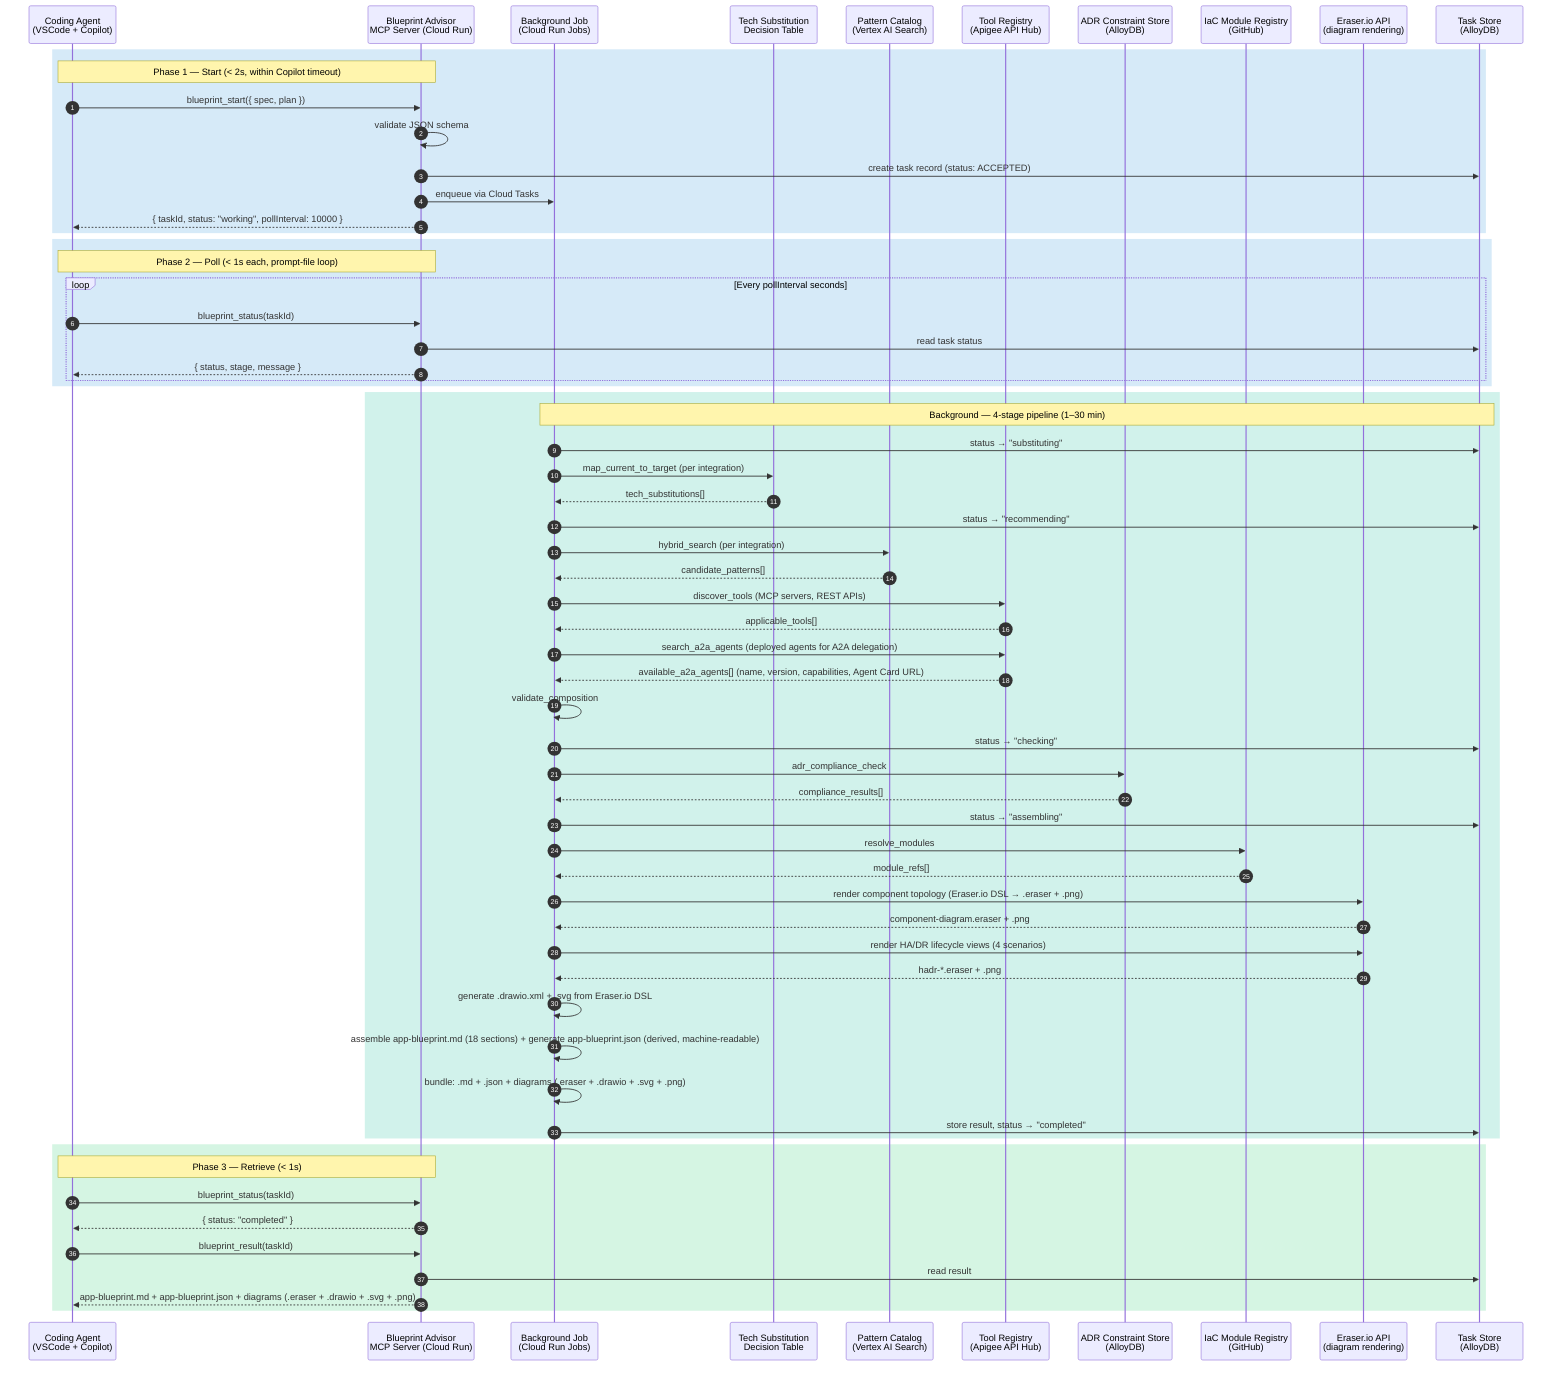
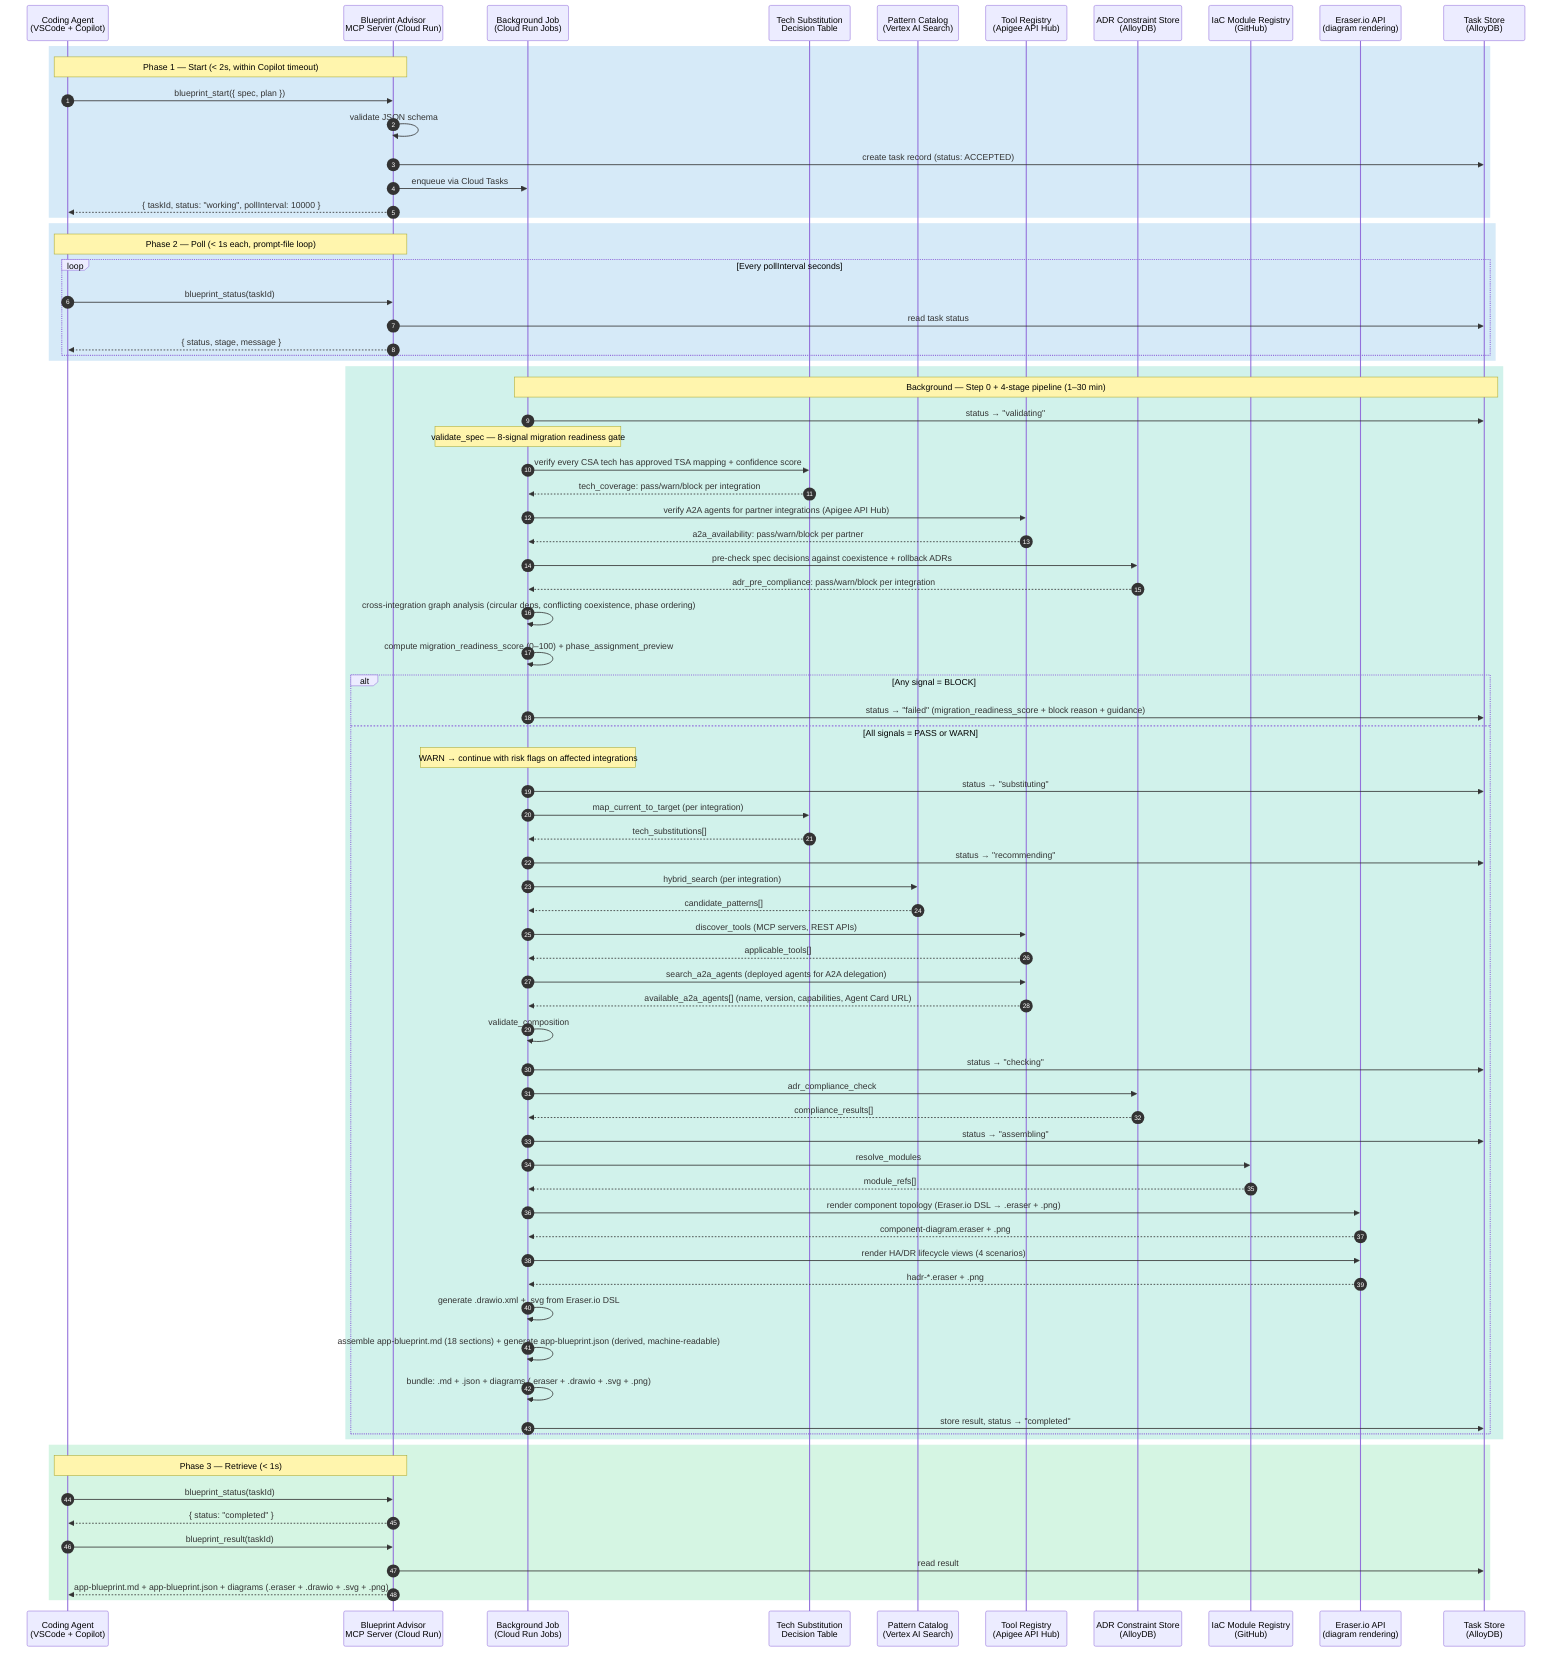
%% Blueprint Advisor — Async Call Sequence (MCP Tasks)
%% AgentCatalyst Brownfield
%% File: blueprint-advisor-sequence.mmd

sequenceDiagram
    autonumber
    participant Agent as Coding Agent<br/>(VSCode + Copilot)
    participant MCP as Blueprint Advisor<br/>MCP Server (Cloud Run)
    participant BG as Background Job<br/>(Cloud Run Jobs)
    participant TS as Tech Substitution<br/>Decision Table
    participant PC as Pattern Catalog<br/>(Vertex AI Search)
    participant TR as Tool Registry<br/>(Apigee API Hub)
    participant ADR as ADR Constraint Store<br/>(AlloyDB)
    participant IAC as IaC Module Registry<br/>(GitHub)
    participant ER as Eraser.io API<br/>(diagram rendering)
    participant FS as Task Store<br/>(AlloyDB)

    rect rgb(214, 234, 248)
    Note over Agent,MCP: Phase 1 — Start (< 2s, within Copilot timeout)
    Agent->>MCP: blueprint_start({ spec, plan })
    MCP->>MCP: validate JSON schema
    MCP->>FS: create task record (status: ACCEPTED)
    MCP->>BG: enqueue via Cloud Tasks
    MCP-->>Agent: { taskId, status: "working", pollInterval: 10000 }
    end

    rect rgb(214, 234, 248)
    Note over Agent,MCP: Phase 2 — Poll (< 1s each, prompt-file loop)
    loop Every pollInterval seconds
        Agent->>MCP: blueprint_status(taskId)
        MCP->>FS: read task status
        MCP-->>Agent: { status, stage, message }
    end
    end

    rect rgb(209, 242, 235)
-     Note over BG,FS: Background — 4-stage pipeline (1–30 min)
-     BG->>FS: status → "substituting"
-     BG->>TS: map_current_to_target (per integration)
-     TS-->>BG: tech_substitutions[]
+     Note over BG,FS: Background — Step 0 + 4-stage pipeline (1–30 min)
+     BG->>FS: status → "validating"
+     Note over BG: validate_spec — 8-signal migration readiness gate
+     BG->>TS: verify every CSA tech has approved TSA mapping + confidence score
+     TS-->>BG: tech_coverage: pass/warn/block per integration
+     BG->>TR: verify A2A agents for partner integrations (Apigee API Hub)
+     TR-->>BG: a2a_availability: pass/warn/block per partner
+     BG->>ADR: pre-check spec decisions against coexistence + rollback ADRs
+     ADR-->>BG: adr_pre_compliance: pass/warn/block per integration
+     BG->>BG: cross-integration graph analysis (circular deps, conflicting coexistence, phase ordering)
+     BG->>BG: compute migration_readiness_score (0–100) + phase_assignment_preview
+ 
+     alt Any signal = BLOCK
+         BG->>FS: status → "failed" (migration_readiness_score + block reason + guidance)
+     else All signals = PASS or WARN
+         Note over BG: WARN → continue with risk flags on affected integrations
+         BG->>FS: status → "substituting"
+         BG->>TS: map_current_to_target (per integration)
+         TS-->>BG: tech_substitutions[]
    BG->>FS: status → "recommending"
    BG->>PC: hybrid_search (per integration)
    PC-->>BG: candidate_patterns[]
    BG->>TR: discover_tools (MCP servers, REST APIs)
    TR-->>BG: applicable_tools[]
    BG->>TR: search_a2a_agents (deployed agents for A2A delegation)
    TR-->>BG: available_a2a_agents[] (name, version, capabilities, Agent Card URL)
    BG->>BG: validate_composition
    BG->>FS: status → "checking"
    BG->>ADR: adr_compliance_check
    ADR-->>BG: compliance_results[]
    BG->>FS: status → "assembling"
    BG->>IAC: resolve_modules
    IAC-->>BG: module_refs[]
    BG->>ER: render component topology (Eraser.io DSL → .eraser + .png)
    ER-->>BG: component-diagram.eraser + .png
    BG->>ER: render HA/DR lifecycle views (4 scenarios)
    ER-->>BG: hadr-*.eraser + .png
    BG->>BG: generate .drawio.xml + .svg from Eraser.io DSL
    BG->>BG: assemble app-blueprint.md (18 sections) + generate app-blueprint.json (derived, machine-readable)
    BG->>BG: bundle: .md + .json + diagrams (.eraser + .drawio + .svg + .png)
    BG->>FS: store result, status → "completed"
    end
+     end

    rect rgb(213, 245, 227)
    Note over Agent,MCP: Phase 3 — Retrieve (< 1s)
    Agent->>MCP: blueprint_status(taskId)
    MCP-->>Agent: { status: "completed" }
    Agent->>MCP: blueprint_result(taskId)
    MCP->>FS: read result
    MCP-->>Agent: app-blueprint.md + app-blueprint.json + diagrams (.eraser + .drawio + .svg + .png)
    end
